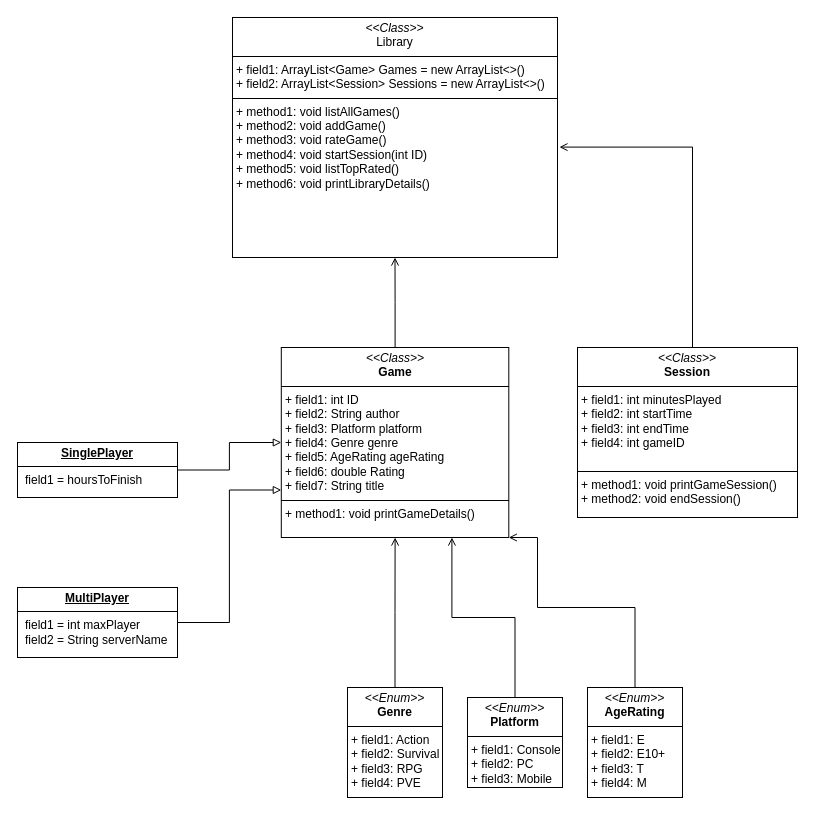
The draw.io diagram GameLibrary-UML.drawio in Yaboismokes/GameLibrary, before the edit. Source tidied: cells renumbered, new cells numbered last; positions are measured from the earlier drawing's top-left corner, leaving out a move shared by most shapes. Both pictures are drawn from the tidied source at 100%, with x=0, y=0 at pixel (17, 17).
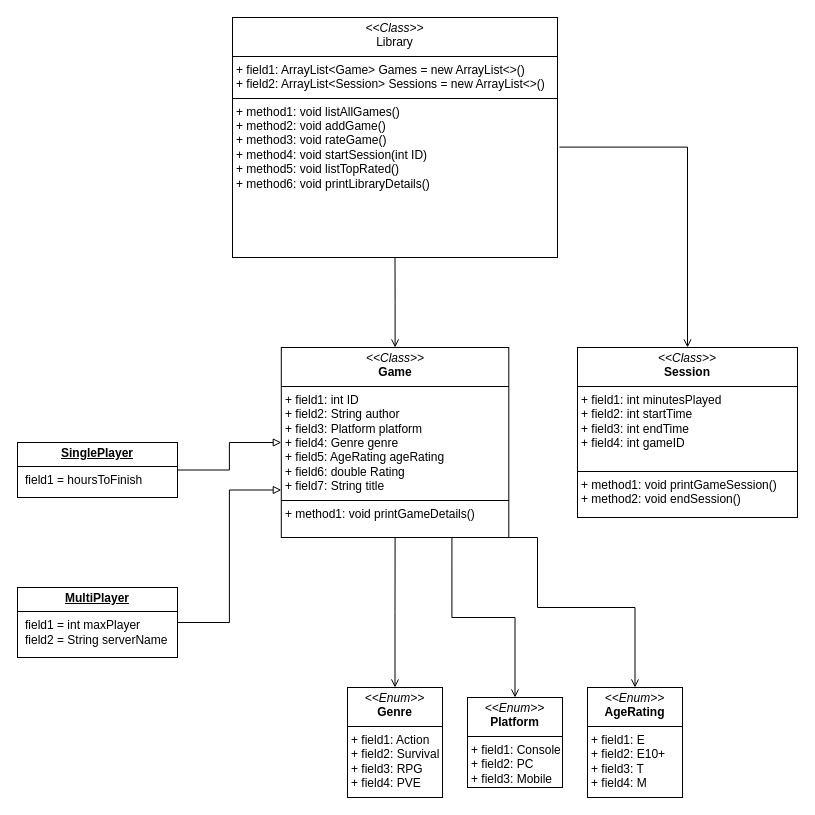
Above is the later version.

Unchanged cells that the change refers to:
```xml
<mxCell id="2" value="&lt;p style=&quot;margin:0px;margin-top:4px;text-align:center;&quot;&gt;&lt;i&gt;&amp;lt;&amp;lt;Class&amp;gt;&amp;gt;&lt;/i&gt;&lt;br&gt;Library&lt;/p&gt;&lt;hr size=&quot;1&quot; style=&quot;border-style:solid;&quot;&gt;&lt;p style=&quot;margin:0px;margin-left:4px;&quot;&gt;+ field1: ArrayList&amp;lt;Game&amp;gt; Games = new ArrayList&amp;lt;&amp;gt;()&lt;br&gt;+ field2: ArrayList&amp;lt;Session&amp;gt; Sessions = new ArrayList&amp;lt;&amp;gt;()&lt;span style=&quot;background-color: transparent; color: light-dark(#000000, var(--ge-light-color, #ffffff));&quot;&gt;&amp;nbsp;&lt;/span&gt;&lt;/p&gt;&lt;hr size=&quot;1&quot; style=&quot;border-style:solid;&quot;&gt;&lt;p style=&quot;margin:0px;margin-left:4px;&quot;&gt;+ method1: void listAllGames()&lt;span style=&quot;background-color: transparent; color: light-dark(#000000, var(--ge-light-color, #ffffff));&quot;&gt;&amp;nbsp;&lt;/span&gt;&lt;/p&gt;&lt;p style=&quot;margin:0px;margin-left:4px;&quot;&gt;+ method2: void addGame()&lt;/p&gt;&lt;p style=&quot;margin:0px;margin-left:4px;&quot;&gt;+ method3: void rateGame()&lt;/p&gt;&lt;p style=&quot;margin:0px;margin-left:4px;&quot;&gt;+ method4: void startSession(int ID)&lt;/p&gt;&lt;p style=&quot;margin:0px;margin-left:4px;&quot;&gt;+ method5: void listTopRated()&lt;/p&gt;&lt;p style=&quot;margin:0px;margin-left:4px;&quot;&gt;+ method6: void printLibraryDetails()&lt;/p&gt;" style="verticalAlign=top;align=left;overflow=fill;html=1;whiteSpace=wrap;" parent="1" vertex="1">
  <mxGeometry x="215" width="325" height="240" as="geometry" />
</mxCell>
<mxCell id="4" value="&lt;p style=&quot;margin:0px;margin-top:4px;text-align:center;&quot;&gt;&lt;i&gt;&amp;lt;&amp;lt;Class&amp;gt;&amp;gt;&lt;/i&gt;&lt;br&gt;&lt;b&gt;Session&lt;/b&gt;&lt;/p&gt;&lt;hr size=&quot;1&quot; style=&quot;border-style:solid;&quot;&gt;&lt;p style=&quot;margin:0px;margin-left:4px;&quot;&gt;+ field1: int minutesPlayed&lt;/p&gt;&lt;p style=&quot;margin:0px;margin-left:4px;&quot;&gt;+ field2: int startTime&lt;/p&gt;&lt;p style=&quot;margin:0px;margin-left:4px;&quot;&gt;+ field3: int endTime&lt;/p&gt;&lt;p style=&quot;margin:0px;margin-left:4px;&quot;&gt;+ field4: int gameID&lt;/p&gt;&lt;p style=&quot;margin:0px;margin-left:4px;&quot;&gt;&lt;br&gt;&lt;/p&gt;&lt;hr size=&quot;1&quot; style=&quot;border-style:solid;&quot;&gt;&lt;p style=&quot;margin:0px;margin-left:4px;&quot;&gt;+ method1: void printGameSession()&lt;br&gt;+ method2: void endSession()&lt;/p&gt;&lt;p style=&quot;margin:0px;margin-left:4px;&quot;&gt;&lt;br&gt;&lt;/p&gt;" style="verticalAlign=top;align=left;overflow=fill;html=1;whiteSpace=wrap;" parent="1" vertex="1">
  <mxGeometry x="560" y="330" width="220" height="170" as="geometry" />
</mxCell>
<mxCell id="6" value="&lt;p style=&quot;margin:0px;margin-top:4px;text-align:center;&quot;&gt;&lt;i&gt;&amp;lt;&amp;lt;Class&amp;gt;&amp;gt;&lt;/i&gt;&lt;br&gt;&lt;b&gt;Game&lt;/b&gt;&lt;/p&gt;&lt;hr size=&quot;1&quot; style=&quot;border-style:solid;&quot;&gt;&lt;p style=&quot;margin:0px;margin-left:4px;&quot;&gt;+ field1: int ID&lt;br&gt;+ field2: String author&lt;/p&gt;&lt;p style=&quot;margin:0px;margin-left:4px;&quot;&gt;+ field3: Platform platform&lt;/p&gt;&lt;p style=&quot;margin:0px;margin-left:4px;&quot;&gt;+ field4: Genre genre&lt;/p&gt;&lt;p style=&quot;margin:0px;margin-left:4px;&quot;&gt;+ field5: AgeRating ageRating&lt;/p&gt;&lt;p style=&quot;margin:0px;margin-left:4px;&quot;&gt;+ field6: double Rating&lt;/p&gt;&lt;p style=&quot;margin:0px;margin-left:4px;&quot;&gt;+ field7: String title&lt;/p&gt;&lt;hr size=&quot;1&quot; style=&quot;border-style:solid;&quot;&gt;&lt;p style=&quot;margin:0px;margin-left:4px;&quot;&gt;+ method1: void printGameDetails()&lt;br&gt;&lt;/p&gt;" style="verticalAlign=top;align=left;overflow=fill;html=1;whiteSpace=wrap;" parent="1" vertex="1">
  <mxGeometry x="263.8" y="330" width="227.5" height="190" as="geometry" />
</mxCell>
<mxCell id="8" value="&lt;p style=&quot;margin:0px;margin-top:4px;text-align:center;&quot;&gt;&lt;i&gt;&amp;lt;&amp;lt;Enum&amp;gt;&amp;gt;&lt;/i&gt;&lt;br&gt;&lt;b&gt;Genre&lt;/b&gt;&lt;/p&gt;&lt;hr size=&quot;1&quot; style=&quot;border-style:solid;&quot;&gt;&lt;p style=&quot;margin:0px;margin-left:4px;&quot;&gt;+ field1: Action&lt;br&gt;+ field2: Survival&lt;/p&gt;&lt;p style=&quot;margin:0px;margin-left:4px;&quot;&gt;+ field3: RPG&lt;/p&gt;&lt;p style=&quot;margin:0px;margin-left:4px;&quot;&gt;+ field4: PVE&lt;/p&gt;" style="verticalAlign=top;align=left;overflow=fill;html=1;whiteSpace=wrap;" parent="1" vertex="1">
  <mxGeometry x="330" y="670" width="95" height="110" as="geometry" />
</mxCell>
<mxCell id="10" value="&lt;p style=&quot;margin:0px;margin-top:4px;text-align:center;&quot;&gt;&lt;i&gt;&amp;lt;&amp;lt;Enum&amp;gt;&amp;gt;&lt;/i&gt;&lt;br&gt;&lt;b&gt;Platform&lt;/b&gt;&lt;/p&gt;&lt;hr size=&quot;1&quot; style=&quot;border-style:solid;&quot;&gt;&lt;p style=&quot;margin:0px;margin-left:4px;&quot;&gt;+ field1: Console&lt;br&gt;+ field2: PC&lt;/p&gt;&lt;p style=&quot;margin:0px;margin-left:4px;&quot;&gt;+ field3: Mobile&lt;/p&gt;&lt;p style=&quot;margin:0px;margin-left:4px;&quot;&gt;&lt;br&gt;&lt;/p&gt;" style="verticalAlign=top;align=left;overflow=fill;html=1;whiteSpace=wrap;" parent="1" vertex="1">
  <mxGeometry x="450" y="680" width="95" height="90" as="geometry" />
</mxCell>
<mxCell id="12" value="&lt;p style=&quot;margin:0px;margin-top:4px;text-align:center;&quot;&gt;&lt;i&gt;&amp;lt;&amp;lt;Enum&amp;gt;&amp;gt;&lt;/i&gt;&lt;br&gt;&lt;b&gt;AgeRating&lt;/b&gt;&lt;/p&gt;&lt;hr size=&quot;1&quot; style=&quot;border-style:solid;&quot;&gt;&lt;p style=&quot;margin:0px;margin-left:4px;&quot;&gt;+ field1: E&lt;br&gt;+ field2: E10+&lt;/p&gt;&lt;p style=&quot;margin:0px;margin-left:4px;&quot;&gt;+ field3: T&lt;/p&gt;&lt;p style=&quot;margin:0px;margin-left:4px;&quot;&gt;+ field4: M&lt;/p&gt;" style="verticalAlign=top;align=left;overflow=fill;html=1;whiteSpace=wrap;" parent="1" vertex="1">
  <mxGeometry x="570" y="670" width="95" height="110" as="geometry" />
</mxCell>
<mxCell id="14" value="&lt;p style=&quot;margin:0px;margin-top:4px;text-align:center;text-decoration:underline;&quot;&gt;&lt;b&gt;SinglePlayer&lt;/b&gt;&lt;/p&gt;&lt;hr size=&quot;1&quot; style=&quot;border-style:solid;&quot;&gt;&lt;p style=&quot;margin:0px;margin-left:8px;&quot;&gt;field1 = hoursToFinish&lt;br&gt;&lt;br&gt;&lt;/p&gt;" style="verticalAlign=top;align=left;overflow=fill;html=1;whiteSpace=wrap;" parent="1" vertex="1">
  <mxGeometry y="425" width="160" height="55" as="geometry" />
</mxCell>
```

The edit, as a diff of the source:
```diff
@@
-    <mxCell id="3" style="edgeStyle=orthogonalEdgeStyle;rounded=0;jettySize=auto;html=1;exitX=0.5;exitY=0;exitDx=0;exitDy=0;defaultLabelBackgroundColor=page;labelPadding=0 4;entryX=1.006;entryY=0.54;entryDx=0;entryDy=0;entryPerimeter=0;endArrow=open;endFill=0;" parent="1" edge="1" source="4" target="2">
+    <mxCell id="3" style="edgeStyle=orthogonalEdgeStyle;rounded=0;jettySize=auto;html=1;exitX=0.5;exitY=0;exitDx=0;exitDy=0;defaultLabelBackgroundColor=page;labelPadding=0 4;entryX=1.006;entryY=0.54;entryDx=0;entryDy=0;entryPerimeter=0;endArrow=none;endFill=0;startArrow=open;startFill=0;" parent="1" edge="1" source="4" target="2">
       <mxGeometry x="-0.14" relative="1" as="geometry">
         <Array as="points">
-          <mxPoint x="675" y="130" />
+          <mxPoint x="670" y="130" />
         </Array>
       </mxGeometry>
     </mxCell>
@@
-    <mxCell id="5" style="edgeStyle=orthogonalEdgeStyle;rounded=0;jettySize=auto;html=1;defaultLabelBackgroundColor=page;labelPadding=0 4;endArrow=open;endFill=0;" parent="1" edge="1" source="6" target="2">
+    <mxCell id="5" style="edgeStyle=orthogonalEdgeStyle;rounded=0;jettySize=auto;html=1;defaultLabelBackgroundColor=page;labelPadding=0 4;endArrow=none;endFill=0;startArrow=open;startFill=0;" parent="1" edge="1" source="6" target="2">
       <mxGeometry relative="1" as="geometry" />
     </mxCell>
@@
-    <mxCell id="7" style="edgeStyle=orthogonalEdgeStyle;rounded=0;jettySize=auto;html=1;defaultLabelBackgroundColor=page;labelPadding=0 4;endArrow=open;endFill=0;" parent="1" edge="1" source="8" target="6">
+    <mxCell id="7" style="edgeStyle=orthogonalEdgeStyle;rounded=0;jettySize=auto;html=1;defaultLabelBackgroundColor=page;labelPadding=0 4;endArrow=none;endFill=0;startArrow=open;startFill=0;" parent="1" edge="1" source="8" target="6">
       <mxGeometry relative="1" as="geometry" />
     </mxCell>
@@
-    <mxCell id="9" style="edgeStyle=orthogonalEdgeStyle;rounded=0;jettySize=auto;html=1;exitX=0.5;exitY=0;exitDx=0;exitDy=0;entryX=0.75;entryY=1;entryDx=0;entryDy=0;defaultLabelBackgroundColor=page;labelPadding=0 4;endArrow=open;endFill=0;" parent="1" edge="1" source="10" target="6">
+    <mxCell id="9" style="edgeStyle=orthogonalEdgeStyle;rounded=0;jettySize=auto;html=1;exitX=0.5;exitY=0;exitDx=0;exitDy=0;entryX=0.75;entryY=1;entryDx=0;entryDy=0;defaultLabelBackgroundColor=page;labelPadding=0 4;endArrow=none;endFill=0;startArrow=open;startFill=0;" parent="1" edge="1" source="10" target="6">
       <mxGeometry relative="1" as="geometry" />
     </mxCell>
@@
-    <mxCell id="11" style="edgeStyle=orthogonalEdgeStyle;rounded=0;jettySize=auto;html=1;exitX=0.5;exitY=0;exitDx=0;exitDy=0;entryX=1;entryY=1;entryDx=0;entryDy=0;defaultLabelBackgroundColor=page;labelPadding=0 4;endArrow=open;endFill=0;" parent="1" edge="1" source="12" target="6">
+    <mxCell id="11" style="edgeStyle=orthogonalEdgeStyle;rounded=0;jettySize=auto;html=1;exitX=0.5;exitY=0;exitDx=0;exitDy=0;entryX=1;entryY=1;entryDx=0;entryDy=0;defaultLabelBackgroundColor=page;labelPadding=0 4;endArrow=none;endFill=0;startArrow=open;startFill=0;" parent="1" edge="1" source="12" target="6">
       <mxGeometry relative="1" as="geometry">
         <Array as="points">
           <mxPoint x="617.5" y="590" />
           <mxPoint x="520" y="590" />
           <mxPoint x="520" y="520" />
         </Array>
       </mxGeometry>
     </mxCell>
@@
-    <mxCell id="13" style="edgeStyle=orthogonalEdgeStyle;rounded=0;jettySize=auto;html=1;defaultLabelBackgroundColor=page;labelPadding=0 4;endArrow=block;endFill=0;" parent="1" edge="1" source="14" target="6">
+    <mxCell id="13" style="edgeStyle=orthogonalEdgeStyle;rounded=0;jettySize=auto;html=1;defaultLabelBackgroundColor=page;labelPadding=0 4;endArrow=block;endFill=0;startArrow=none;startFill=0;" parent="1" edge="1" source="14" target="6">
       <mxGeometry relative="1" as="geometry" />
     </mxCell>
```
